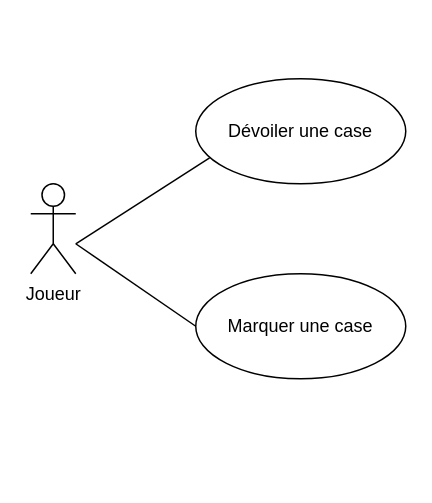
Earlier version of the draw.io diagram analyse/drawio/cas_utilisation.drawio (EstebanAugustin/poo-ppmd). Source tidied: cells renumbered, new cells numbered last; positions are measured from the earlier drawing's top-left corner, leaving out a move shared by most shapes. Both pictures are drawn from the tidied source at 150%, with x=0, y=0 at pixel (30, 78).
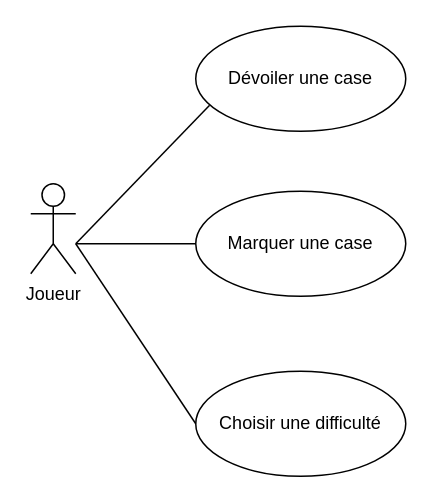
After the change.

Commit message (it also covers changes not shown here):
maj diagrammes

What changed in the source:
```diff
@@
 <mxGraphModel>
   <root>
     <mxCell id="0" />
     <mxCell id="1" parent="0" />
     <mxCell id="2" value="&lt;div&gt;Joueur&lt;/div&gt;" style="shape=umlActor;verticalLabelPosition=bottom;verticalAlign=top;html=1;" parent="1" vertex="1">
       <mxGeometry y="70" width="30" height="60" as="geometry" />
     </mxCell>
     <mxCell id="3" value="Dévoiler une case" style="ellipse;whiteSpace=wrap;html=1;" parent="1" vertex="1">
-      <mxGeometry x="110" width="140" height="70" as="geometry" />
+      <mxGeometry x="110" y="-35" width="140" height="70" as="geometry" />
     </mxCell>
     <mxCell id="4" value="&lt;div&gt;Marquer une case&lt;/div&gt;" style="ellipse;whiteSpace=wrap;html=1;" parent="1" vertex="1">
-      <mxGeometry x="110" y="130" width="140" height="70" as="geometry" />
+      <mxGeometry x="110" y="75" width="140" height="70" as="geometry" />
     </mxCell>
     <mxCell id="5" style="endArrow=none;html=1;rounded=0;entryX=0.066;entryY=0.753;entryDx=0;entryDy=0;entryPerimeter=0;exitX=1;exitY=0.667;exitDx=0;exitDy=0;exitPerimeter=0;" parent="1" edge="1" source="2" target="3">
       <mxGeometry relative="1" as="geometry" />
     </mxCell>
     <mxCell id="6" style="endArrow=none;html=1;rounded=0;entryX=0;entryY=0.5;entryDx=0;entryDy=0;" parent="1" edge="1" target="4">
       <mxGeometry relative="1" as="geometry">
         <mxPoint x="30" y="110" as="sourcePoint" />
       </mxGeometry>
     </mxCell>
+    <mxCell id="7" value="&lt;div&gt;Choisir une difficulté&lt;/div&gt;" style="ellipse;whiteSpace=wrap;html=1;" parent="1" vertex="1">
+      <mxGeometry x="110" y="195" width="140" height="70" as="geometry" />
+    </mxCell>
+    <mxCell id="8" style="endArrow=none;html=1;rounded=0;defaultLabelBackgroundColor=page;entryX=0;entryY=0.5;entryDx=0;entryDy=0;" parent="1" edge="1" target="7">
+      <mxGeometry relative="1" as="geometry">
+        <mxPoint x="30" y="110" as="sourcePoint" />
+      </mxGeometry>
+    </mxCell>
   </root>
 </mxGraphModel>
```
